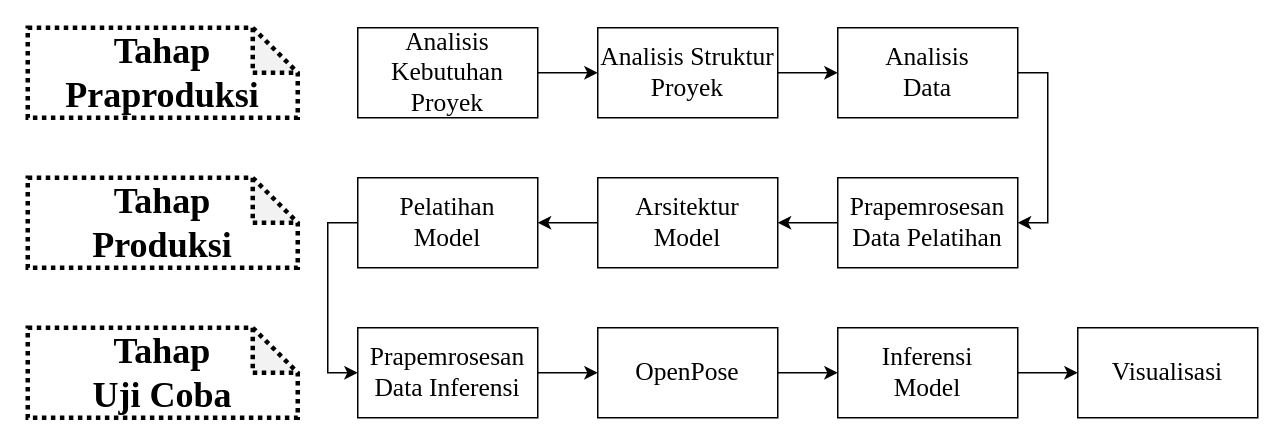
Earlier version of the draw.io diagram bab3/gambar/kerangka_penelitian.drawio (denilson020898/skripsi). Source tidied: cells renumbered, new cells numbered last; positions are measured from the earlier drawing's top-left corner, leaving out a move shared by most shapes. Both pictures are drawn from the tidied source at 150%, with x=0, y=0 at pixel (27, 27).
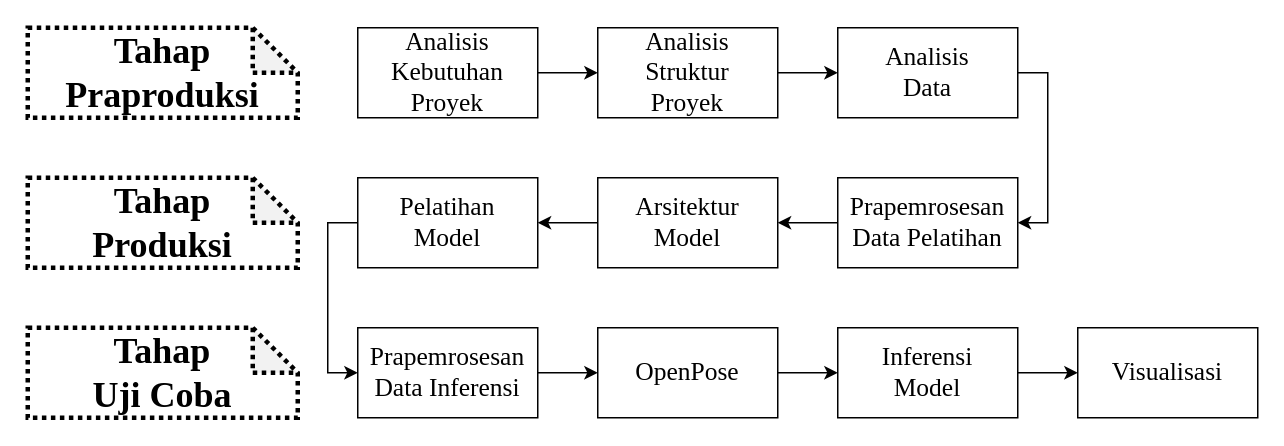
Above is the later version.

What changed in the source:
```diff
@@
-    <mxCell id="5" value="Analisis Struktur Proyek" style="rounded=0;whiteSpace=wrap;html=1;fontFamily=Times New Roman;fontSize=17;fontStyle=0;" parent="1" vertex="1">
+    <mxCell id="5" value="&lt;div&gt;Analisis&lt;/div&gt;&lt;div&gt;Struktur&lt;/div&gt;&lt;div&gt;Proyek&lt;/div&gt;" style="rounded=0;whiteSpace=wrap;html=1;fontFamily=Times New Roman;fontSize=17;fontStyle=0;" parent="1" vertex="1">
       <mxGeometry x="380" width="120" height="60" as="geometry" />
     </mxCell>
```
